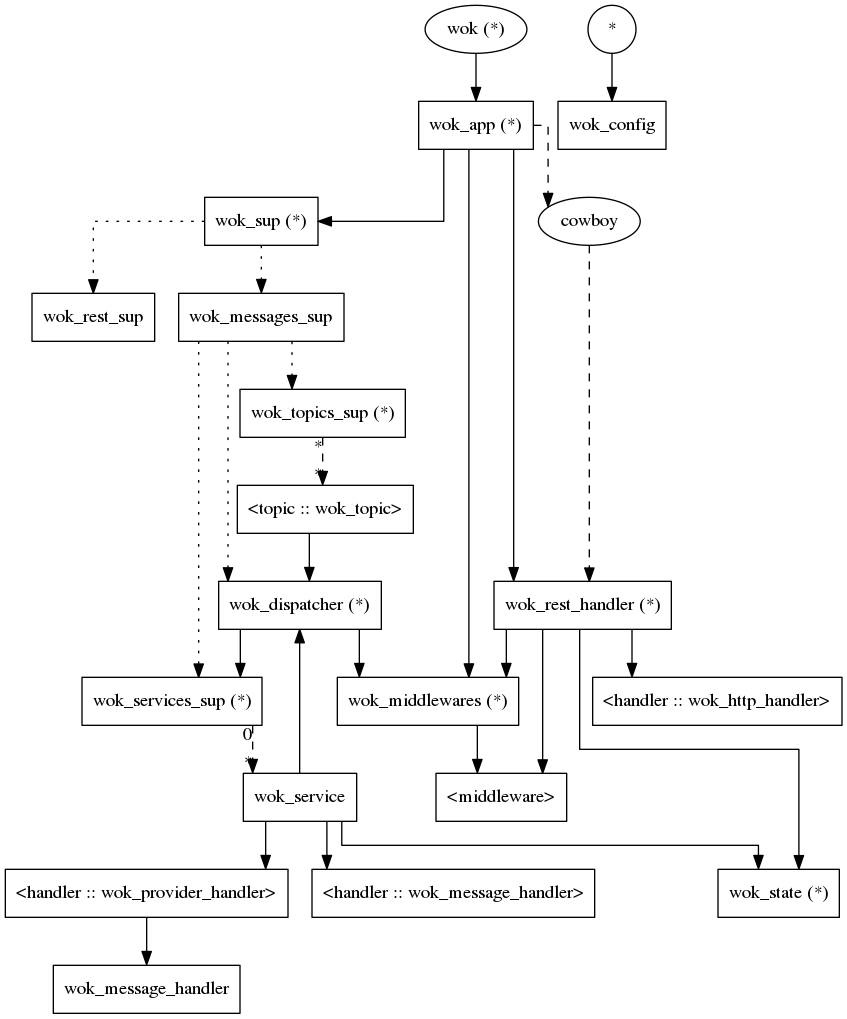
This is doc/wok.call.png from botsunit/wok, a Graphviz export, as it was before one commit. Its source is kept beside it as wok.call.gv. Its diagram source:
```dot
digraph wok {
  node[shape=box];
  graph[
    overlap=false,
    splines=ortho
  ]

  wok[shape=oval, label="wok (*)"];
  wok_app[label="wok_app (*)"];
  wok_sup[label="wok_sup (*)"];
  wok_rest_handler[label="wok_rest_handler (*)"];
  wok_middlewares[label="wok_middlewares (*)"];
  wok_dispatcher[label="wok_dispatcher (*)"];
  wok_services_sup[label="wok_services_sup (*)"];
  wok_topics_sup[label="wok_topics_sup (*)"];
  wok_topic[label="wok_topic (*)"];
  wok_state[label="wok_state (*)"];
  cowboy[shape=oval];
  __wok_config__[shape=circle, label="*"];
  wok_topic[label = "<topic :: wok_topic>"];

  wok -> wok_app;

  wok_app -> wok_sup;
  wok_app -> cowboy [style=dashed];
  wok_app -> wok_rest_handler;
  wok_app -> wok_middlewares;

  wok_sup -> wok_messages_sup [style=dotted];
  wok_sup -> wok_rest_sup [style=dotted];

  cowboy -> wok_rest_handler [style=dashed];

  wok_rest_handler -> "<handler :: wok_http_handler>";
  wok_rest_handler -> "<middleware>";
  wok_rest_handler -> wok_middlewares;
  wok_rest_handler -> wok_state;

  wok_middlewares -> "<middleware>";

  wok_messages_sup -> wok_dispatcher [style=dotted];
  wok_messages_sup -> wok_services_sup [style=dotted];
  wok_messages_sup -> wok_topics_sup [style=dotted];

  wok_dispatcher -> wok_services_sup;
  wok_dispatcher -> wok_middlewares;

  wok_services_sup -> wok_service [style=dashed, headlabel="*", taillabel="0"];

  wok_topics_sup -> wok_topic [style=dashed, headlabel="*", taillabel="*"];

  wok_topic -> wok_dispatcher;

  wok_service -> wok_dispatcher;
  wok_service -> "<handler :: wok_message_handler>";
  wok_service -> "<handler :: wok_provider_handler>";
  wok_service -> wok_state


  "<handler :: wok_provider_handler>" -> wok_message_handler;

  __wok_config__ -> wok_config;
}
```
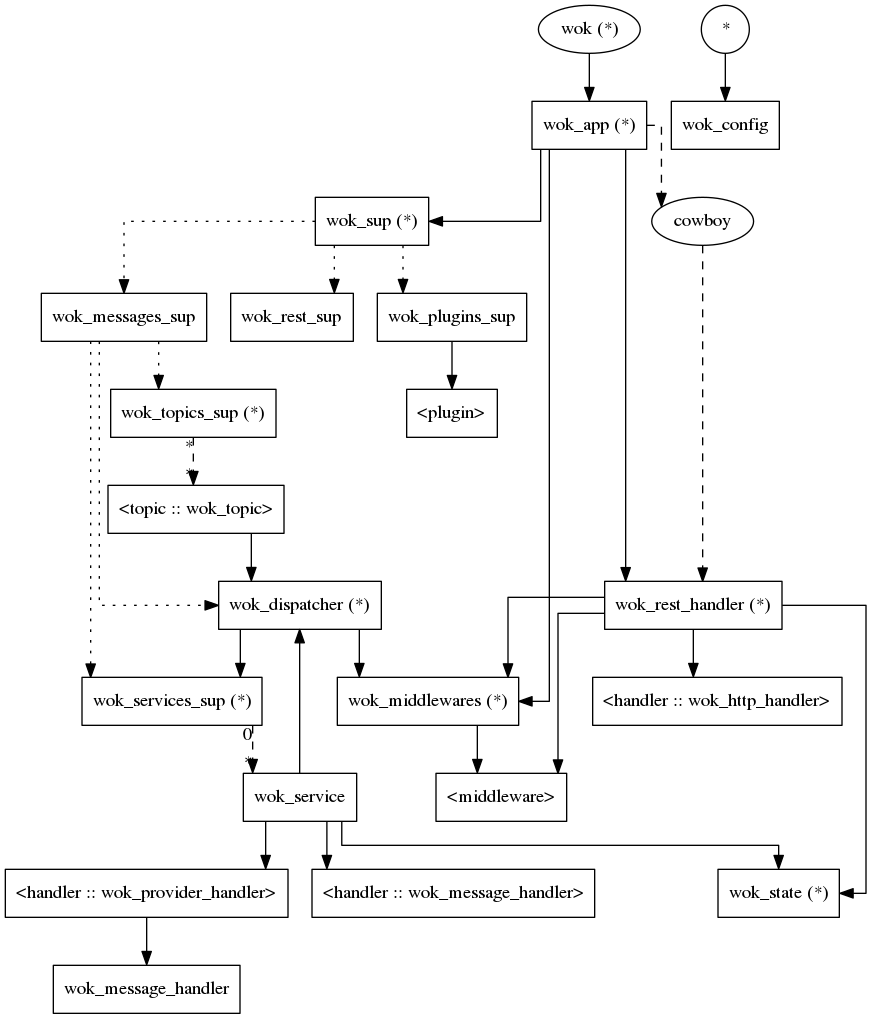
After the change.

Commit message:
wip: Add plugins support

The edit, as a diff of the source:
```diff
@@ -28,6 +28,9 @@
 
   wok_sup -> wok_messages_sup [style=dotted];
   wok_sup -> wok_rest_sup [style=dotted];
+  wok_sup -> wok_plugins_sup [style=dotted];
+
+  wok_plugins_sup -> "<plugin>";
 
   cowboy -> wok_rest_handler [style=dashed];
 
```
